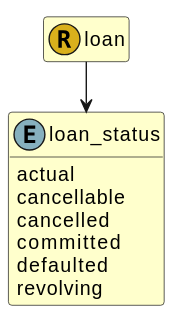
Earlier version of the PlantUML export images/fire.model.loan_status.svg (Schemarise/demo-alfa-with-fire-json-model). Its diagram source:
```plantuml
@startuml
!pragma layout smetana

skinparam ClassBackgroundColor #BUSINESS
hide empty methods
hide empty fields
skinparam backgroundColor transparent
set namespaceSeparator none




class loan_status << (E,86B0BE) >> {

  actual
  cancellable
  cancelled
  committed
  defaulted
  revolving



}

class loan << (R,D9B01C) >> {





}

loan --> loan_status

@enduml
```
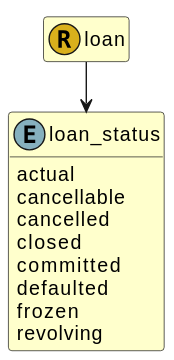
Later version of the same file.

What changed in the source:
```diff
@@ -15,8 +15,10 @@
   actual
   cancellable
   cancelled
+  closed
   committed
   defaulted
+  frozen
   revolving
 
 
```
